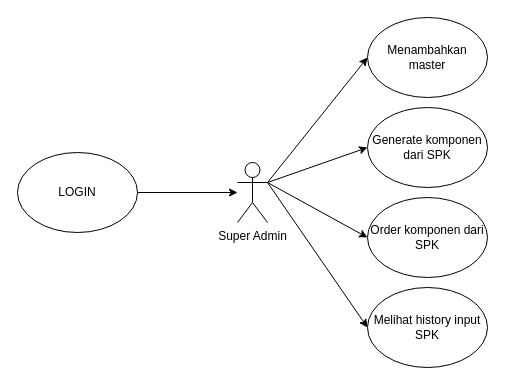
Above: BUKU/Gambar/admin.drawio in shironekoss/ProjectMagang (draw.io), before the change. Source tidied: cells renumbered, new cells numbered last; positions are measured from the earlier drawing's top-left corner, leaving out a move shared by most shapes. Both pictures are drawn from the tidied source at 100%, with x=0, y=0 at pixel (17, 17).
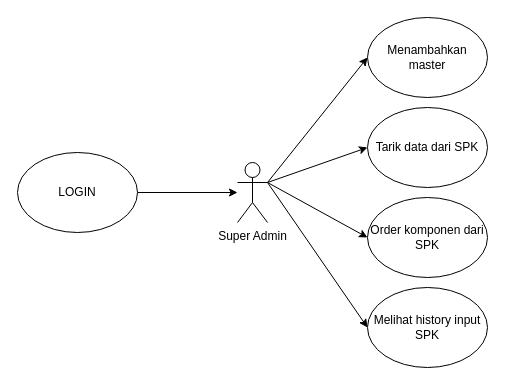
The same diagram, later.

The edit, as a diff of the source:
```diff
@@
 <mxGraphModel>
   <root>
     <mxCell id="0" />
     <mxCell id="1" parent="0" />
     <mxCell id="2" style="edgeStyle=orthogonalEdgeStyle;rounded=0;jettySize=auto;html=1;" parent="1" edge="1" source="3" target="4">
       <mxGeometry relative="1" as="geometry" />
     </mxCell>
     <mxCell id="3" value="LOGIN" style="ellipse;whiteSpace=wrap;html=1;" parent="1" vertex="1">
       <mxGeometry y="135" width="120" height="80" as="geometry" />
     </mxCell>
     <mxCell id="4" value="Super Admin" style="shape=umlActor;verticalLabelPosition=bottom;verticalAlign=top;html=1;outlineConnect=0;" parent="1" vertex="1">
       <mxGeometry x="220" y="145" width="30" height="60" as="geometry" />
     </mxCell>
     <mxCell id="5" value="Menambahkan master" style="ellipse;whiteSpace=wrap;html=1;" parent="1" vertex="1">
       <mxGeometry x="350" width="120" height="80" as="geometry" />
     </mxCell>
-    <mxCell id="6" value="Generate komponen dari SPK" style="ellipse;whiteSpace=wrap;html=1;" parent="1" vertex="1">
+    <mxCell id="6" value="Tarik data dari SPK" style="ellipse;whiteSpace=wrap;html=1;" parent="1" vertex="1">
       <mxGeometry x="350" y="90" width="120" height="80" as="geometry" />
     </mxCell>
     <mxCell id="7" value="Melihat history input SPK" style="ellipse;whiteSpace=wrap;html=1;" parent="1" vertex="1">
       <mxGeometry x="350" y="270" width="120" height="80" as="geometry" />
     </mxCell>
     <mxCell id="8" value="Order komponen dari SPK" style="ellipse;whiteSpace=wrap;html=1;" parent="1" vertex="1">
       <mxGeometry x="350" y="180" width="120" height="80" as="geometry" />
     </mxCell>
     <mxCell id="9" style="endArrow=classic;html=1;rounded=0;entryX=0;entryY=0.5;entryDx=0;entryDy=0;" parent="1" edge="1" target="5">
       <mxGeometry relative="1" as="geometry">
         <mxPoint x="250" y="165" as="sourcePoint" />
       </mxGeometry>
     </mxCell>
     <mxCell id="10" style="endArrow=classic;html=1;rounded=0;entryX=0;entryY=0.5;entryDx=0;entryDy=0;exitX=1;exitY=0.3333333333333333;exitDx=0;exitDy=0;exitPerimeter=0;" parent="1" edge="1" source="4" target="6">
       <mxGeometry relative="1" as="geometry" />
     </mxCell>
     <mxCell id="11" style="endArrow=classic;html=1;rounded=0;entryX=0;entryY=0.5;entryDx=0;entryDy=0;exitX=1;exitY=0.3333333333333333;exitDx=0;exitDy=0;exitPerimeter=0;" parent="1" edge="1" source="4" target="8">
       <mxGeometry relative="1" as="geometry" />
     </mxCell>
     <mxCell id="12" style="endArrow=classic;html=1;rounded=0;entryX=0;entryY=0.5;entryDx=0;entryDy=0;exitX=1;exitY=0.3333333333333333;exitDx=0;exitDy=0;exitPerimeter=0;" parent="1" edge="1" source="4" target="7">
       <mxGeometry relative="1" as="geometry" />
     </mxCell>
   </root>
 </mxGraphModel>
```
